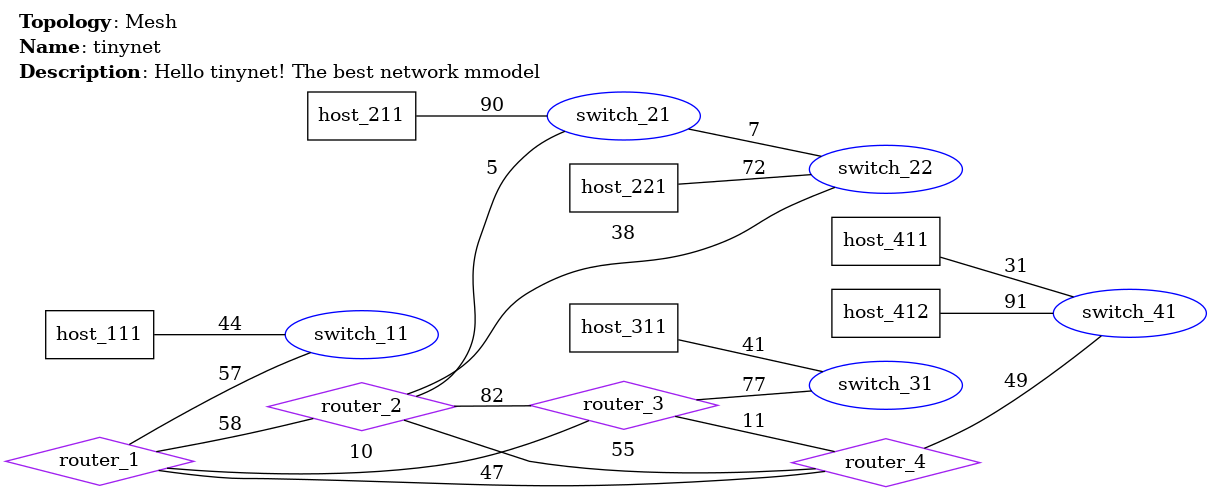
zpnst/tinynet keeps this Graphviz diagram as conf/image/net.png. Above is the earlier version. Its source is kept beside it as conf/data/net.dot. Its diagram source:
```dot
graph tinynet {
    rankdir=LR;
    labelloc=top;
    labeljust=left;
    label=<
    <TABLE BORDER="0" CELLBORDER="0" CELLSPACING="0">
        <TR><TD ALIGN="LEFT"><B>Topology</B>: Mesh</TD></TR>
        <TR><TD ALIGN="LEFT"><B>Name</B>: tinynet</TD></TR>
        <TR><TD ALIGN="LEFT"><B>Description</B>: Hello tinynet! The best network mmodel</TD></TR>
    </TABLE>
    >;
    "router_1" [shape=diamond, color=purple, label="router_1"];
    "router_2" [shape=diamond, color=purple, label="router_2"];
    "router_3" [shape=diamond, color=purple, label="router_3"];
    "router_4" [shape=diamond, color=purple, label="router_4"];
    "switch_11" [shape=ellipse, color=blue, label="switch_11"];
    "switch_21" [shape=ellipse, color=blue, label="switch_21"];
    "switch_22" [shape=ellipse, color=blue, label="switch_22"];
    "switch_31" [shape=ellipse, color=blue, label="switch_31"];
    "switch_41" [shape=ellipse, color=blue, label="switch_41"];
    "host_111" [shape=box, color=black, label="host_111"];
    "host_211" [shape=box, color=black, label="host_211"];
    "host_221" [shape=box, color=black, label="host_221"];
    "host_311" [shape=box, color=black, label="host_311"];
    "host_411" [shape=box, color=black, label="host_411"];
    "host_412" [shape=box, color=black, label="host_412"];
    "router_1" -- "router_2" [label="58"];
    "router_1" -- "router_3" [label="10"];
    "router_1" -- "router_4" [label="47"];
    "router_1" -- "switch_11" [label="57"];
    "router_2" -- "router_3" [label="82"];
    "router_2" -- "router_4" [label="55"];
    "router_2" -- "switch_21" [label="5"];
    "router_2" -- "switch_22" [label="38"];
    "router_3" -- "router_4" [label="11"];
    "router_3" -- "switch_31" [label="77"];
    "router_4" -- "switch_41" [label="49"];
    "switch_21" -- "switch_22" [label="7"];
    "host_111" -- "switch_11" [label="44"];
    "host_211" -- "switch_21" [label="90"];
    "host_221" -- "switch_22" [label="72"];
    "host_311" -- "switch_31" [label="41"];
    "host_411" -- "switch_41" [label="31"];
    "host_412" -- "switch_41" [label="91"];
}
```
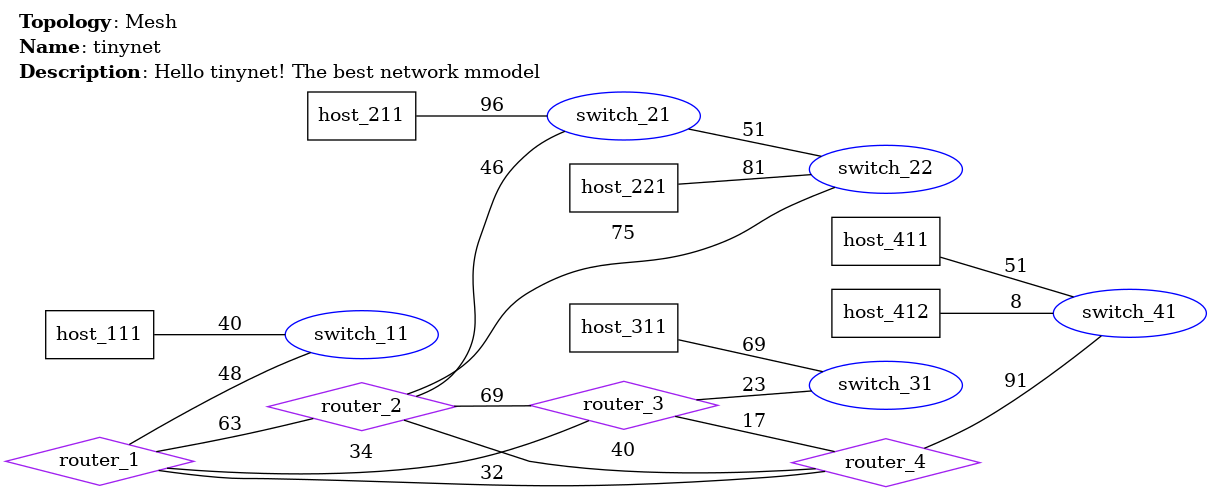
Above is the later version.

What changed in the source:
```diff
@@ -24,22 +24,22 @@
     "host_311" [shape=box, color=black, label="host_311"];
     "host_411" [shape=box, color=black, label="host_411"];
     "host_412" [shape=box, color=black, label="host_412"];
-    "router_1" -- "router_2" [label="58"];
-    "router_1" -- "router_3" [label="10"];
-    "router_1" -- "router_4" [label="47"];
-    "router_1" -- "switch_11" [label="57"];
-    "router_2" -- "router_3" [label="82"];
-    "router_2" -- "router_4" [label="55"];
-    "router_2" -- "switch_21" [label="5"];
-    "router_2" -- "switch_22" [label="38"];
-    "router_3" -- "router_4" [label="11"];
-    "router_3" -- "switch_31" [label="77"];
-    "router_4" -- "switch_41" [label="49"];
-    "switch_21" -- "switch_22" [label="7"];
-    "host_111" -- "switch_11" [label="44"];
-    "host_211" -- "switch_21" [label="90"];
-    "host_221" -- "switch_22" [label="72"];
-    "host_311" -- "switch_31" [label="41"];
-    "host_411" -- "switch_41" [label="31"];
-    "host_412" -- "switch_41" [label="91"];
+    "router_1" -- "router_2" [label="63"];
+    "router_1" -- "router_3" [label="34"];
+    "router_1" -- "router_4" [label="32"];
+    "router_1" -- "switch_11" [label="48"];
+    "router_2" -- "router_3" [label="69"];
+    "router_2" -- "router_4" [label="40"];
+    "router_2" -- "switch_21" [label="46"];
+    "router_2" -- "switch_22" [label="75"];
+    "router_3" -- "router_4" [label="17"];
+    "router_3" -- "switch_31" [label="23"];
+    "router_4" -- "switch_41" [label="91"];
+    "switch_21" -- "switch_22" [label="51"];
+    "host_111" -- "switch_11" [label="40"];
+    "host_211" -- "switch_21" [label="96"];
+    "host_221" -- "switch_22" [label="81"];
+    "host_311" -- "switch_31" [label="69"];
+    "host_411" -- "switch_41" [label="51"];
+    "host_412" -- "switch_41" [label="8"];
 }
```
